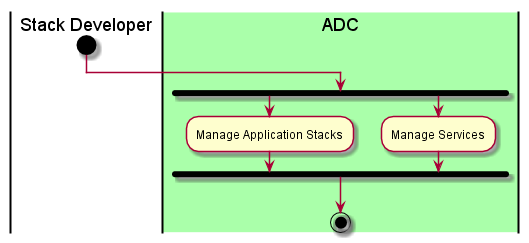
CAADE/ADC keeps this PlantUML diagram as docs/Actors/Stack-Developer/Workflow.png. Above is the earlier version.
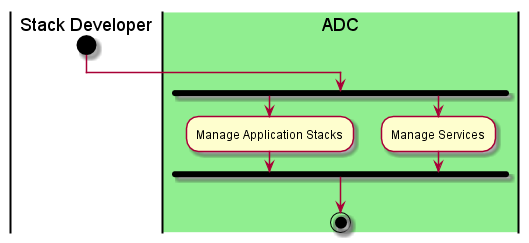
The same diagram one commit later.

What changed in the source:
```diff
@@ -1,7 +1,7 @@
 @startuml
 |Stack Developer|
 start
-|#aaffaa|ADC|
+|#lightgreen|ADC|
 fork
 :Manage Application Stacks;
 fork again
```
